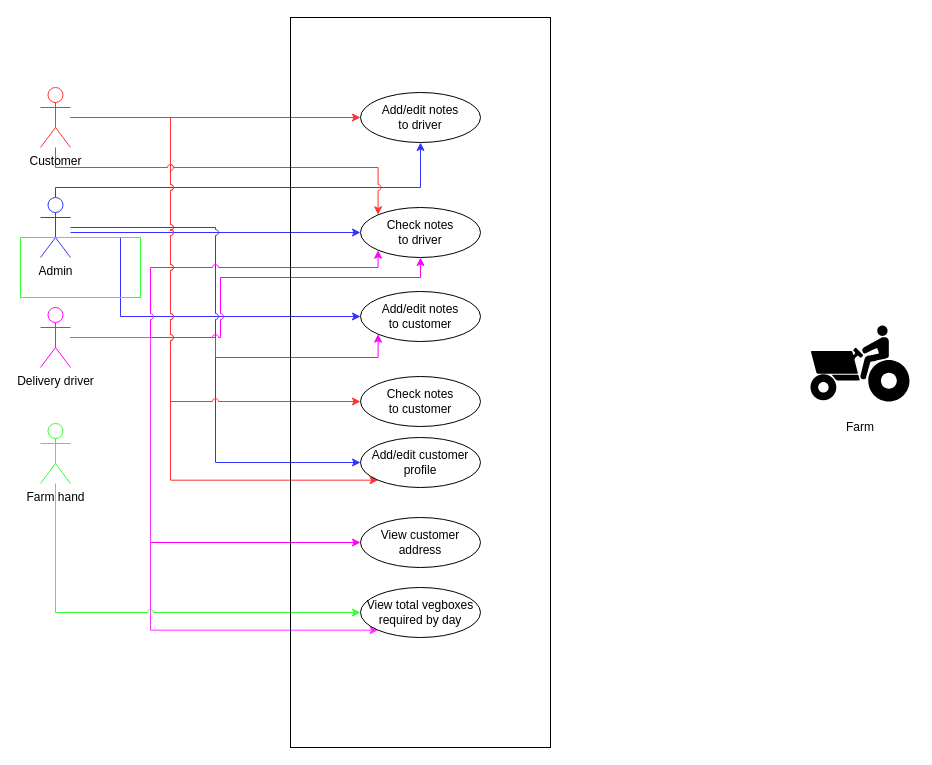
The draw.io diagram pda/pda_use-case-diagram.drawio in emcog/diagrams, before the edit. Source tidied: cells renumbered, new cells numbered last; positions are measured from the earlier drawing's top-left corner, leaving out a move shared by most shapes. Both pictures are drawn from the tidied source at 100%, with x=0, y=0 at pixel (20, 17).
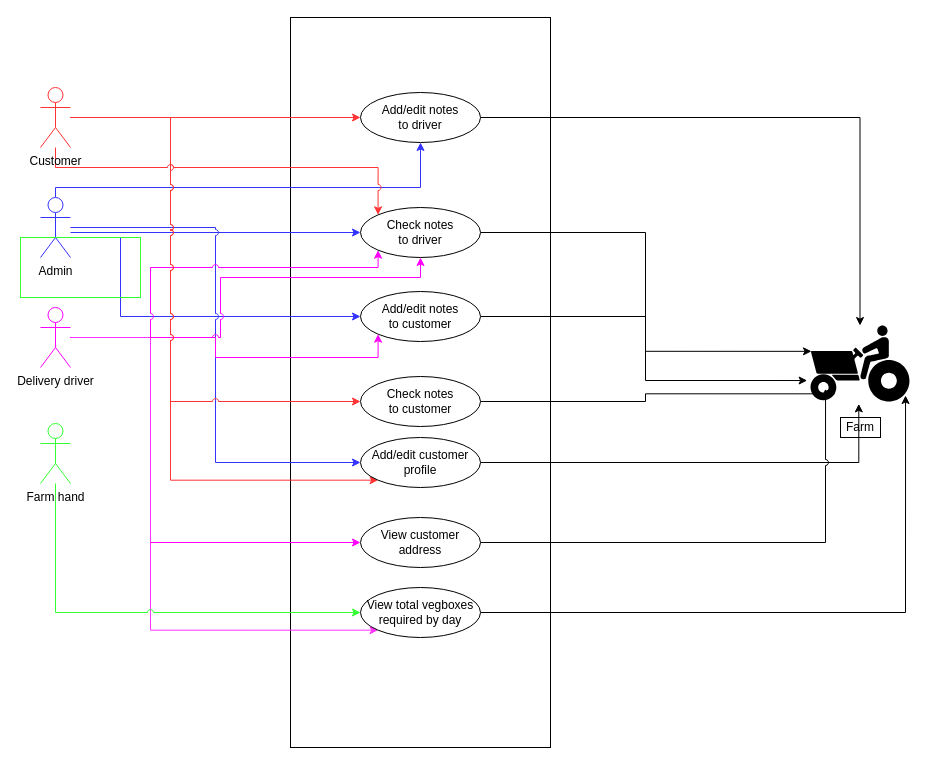
Above is the later version.

Unchanged cells that the change refers to:
```xml
<mxCell id="20" style="shape=mxgraph.signs.transportation.tractor_1;html=1;fillColor=#000000;strokeColor=none;verticalLabelPosition=bottom;verticalAlign=top;align=center;" parent="1" vertex="1">
  <mxGeometry x="790" y="308" width="99" height="76" as="geometry" />
</mxCell>
<mxCell id="21" value="Check notes &lt;br&gt;to driver" style="ellipse;whiteSpace=wrap;html=1;" parent="1" vertex="1">
  <mxGeometry x="340" y="190" width="120" height="50" as="geometry" />
</mxCell>
<mxCell id="22" value="Add/edit notes &lt;br&gt;to driver" style="ellipse;whiteSpace=wrap;html=1;" parent="1" vertex="1">
  <mxGeometry x="340" y="75" width="120" height="50" as="geometry" />
</mxCell>
<mxCell id="23" value="Check notes &lt;br&gt;to customer" style="ellipse;whiteSpace=wrap;html=1;" parent="1" vertex="1">
  <mxGeometry x="340" y="359" width="120" height="50" as="geometry" />
</mxCell>
<mxCell id="24" value="Add/edit notes &lt;br&gt;to customer" style="ellipse;whiteSpace=wrap;html=1;" parent="1" vertex="1">
  <mxGeometry x="340" y="274" width="120" height="50" as="geometry" />
</mxCell>
<mxCell id="25" value="Add/edit customer profile" style="ellipse;whiteSpace=wrap;html=1;" parent="1" vertex="1">
  <mxGeometry x="340" y="420" width="120" height="50" as="geometry" />
</mxCell>
<mxCell id="26" value="View customer address" style="ellipse;whiteSpace=wrap;html=1;" parent="1" vertex="1">
  <mxGeometry x="340" y="500" width="120" height="50" as="geometry" />
</mxCell>
<mxCell id="27" value="View total vegboxes required by day" style="ellipse;whiteSpace=wrap;html=1;" parent="1" vertex="1">
  <mxGeometry x="340" y="570" width="120" height="50" as="geometry" />
</mxCell>
```

Change to the diagram source:
```diff
@@
+    <mxCell id="29" style="rounded=0;whiteSpace=wrap;html=1;fillColor=none;" parent="1" vertex="1">
+      <mxGeometry x="270" width="260" height="730" as="geometry" />
+    </mxCell>
@@
+    <mxCell id="31" style="edgeStyle=orthogonalEdgeStyle;rounded=0;jumpStyle=arc;jettySize=auto;html=1;entryX=0.01;entryY=0.34;entryDx=0;entryDy=0;entryPerimeter=0;" parent="1" edge="1" source="21" target="20">
+      <mxGeometry relative="1" as="geometry" />
+    </mxCell>
@@
+    <mxCell id="32" style="edgeStyle=orthogonalEdgeStyle;rounded=0;jumpStyle=arc;jettySize=auto;html=1;" parent="1" edge="1" source="22" target="20">
+      <mxGeometry relative="1" as="geometry" />
+    </mxCell>
@@
+    <mxCell id="33" style="edgeStyle=orthogonalEdgeStyle;rounded=0;jumpStyle=arc;jettySize=auto;html=1;entryX=0.253;entryY=0.899;entryDx=0;entryDy=0;entryPerimeter=0;" parent="1" edge="1" source="23" target="20">
+      <mxGeometry relative="1" as="geometry" />
+    </mxCell>
@@
+    <mxCell id="34" style="edgeStyle=orthogonalEdgeStyle;rounded=0;jumpStyle=arc;jettySize=auto;html=1;entryX=-0.034;entryY=0.724;entryDx=0;entryDy=0;entryPerimeter=0;" parent="1" edge="1" source="24" target="20">
+      <mxGeometry relative="1" as="geometry" />
+    </mxCell>
@@
+    <mxCell id="35" style="edgeStyle=orthogonalEdgeStyle;rounded=0;jumpStyle=arc;jettySize=auto;html=1;entryX=0.488;entryY=1.031;entryDx=0;entryDy=0;entryPerimeter=0;" parent="1" edge="1" source="25" target="20">
+      <mxGeometry relative="1" as="geometry" />
+    </mxCell>
@@
+    <mxCell id="36" style="edgeStyle=orthogonalEdgeStyle;rounded=0;jumpStyle=arc;jettySize=auto;html=1;entryX=0.152;entryY=0.833;entryDx=0;entryDy=0;entryPerimeter=0;" parent="1" edge="1" source="26" target="20">
+      <mxGeometry relative="1" as="geometry" />
+    </mxCell>
@@
+    <mxCell id="37" style="edgeStyle=orthogonalEdgeStyle;rounded=0;jumpStyle=arc;jettySize=auto;html=1;entryX=0.96;entryY=0.921;entryDx=0;entryDy=0;entryPerimeter=0;" parent="1" edge="1" source="27" target="20">
+      <mxGeometry relative="1" as="geometry" />
+    </mxCell>
@@
-    <mxCell id="29" style="rounded=0;whiteSpace=wrap;html=1;fillColor=none;" parent="1" vertex="1">
-      <mxGeometry x="270" width="260" height="730" as="geometry" />
-    </mxCell>
-    <mxCell id="30" value="Farm" style="text;html=1;strokeColor=none;fillColor=none;align=center;verticalAlign=middle;whiteSpace=wrap;rounded=0;" parent="1" vertex="1">
+    <mxCell id="30" value="Farm" style="text;html=1;fillColor=none;align=center;verticalAlign=middle;whiteSpace=wrap;rounded=0;strokeColor=#000000;" parent="1" vertex="1">
       <mxGeometry x="820" y="400" width="40" height="20" as="geometry" />
     </mxCell>
```
